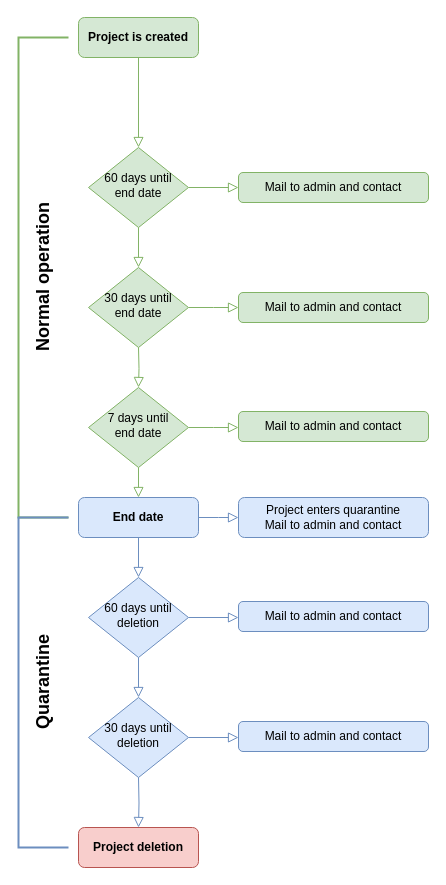
This is docs/images/project-lifecycle.drawio from norcams/docs-enduser, a draw.io file, before an edit. Source tidied: cells renumbered, new cells numbered last; positions are measured from the earlier drawing's top-left corner, leaving out a move shared by most shapes. Both pictures are drawn from the tidied source at 100%, with x=0, y=0 at pixel (18, 17).
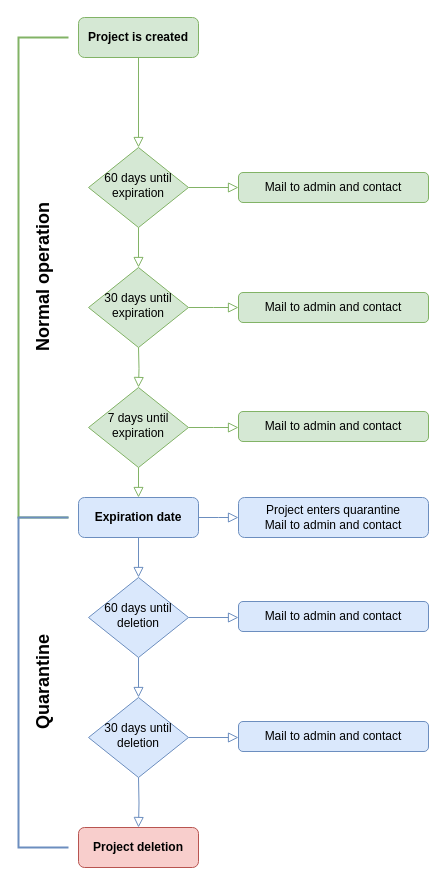
After the change.

Commit message (it also covers changes not shown here):
end date -> expiration date

Change to the diagram source:
```diff
@@
-    <mxCell id="4" value="60 days until end date" style="rhombus;whiteSpace=wrap;html=1;shadow=0;fontFamily=Helvetica;fontSize=12;align=center;strokeWidth=1;spacing=6;spacingTop=-4;fillColor=#d5e8d4;strokeColor=#82b366;" parent="1" vertex="1">
+    <mxCell id="4" value="60 days until expiration" style="rhombus;whiteSpace=wrap;html=1;shadow=0;fontFamily=Helvetica;fontSize=12;align=center;strokeWidth=1;spacing=6;spacingTop=-4;fillColor=#d5e8d4;strokeColor=#82b366;" parent="1" vertex="1">
       <mxGeometry x="70" y="130" width="100" height="80" as="geometry" />
     </mxCell>
@@
-    <mxCell id="6" value="30 days until end date" style="rhombus;whiteSpace=wrap;html=1;shadow=0;fontFamily=Helvetica;fontSize=12;align=center;strokeWidth=1;spacing=6;spacingTop=-4;fillColor=#d5e8d4;strokeColor=#82b366;" parent="1" vertex="1">
+    <mxCell id="6" value="30 days until expiration" style="rhombus;whiteSpace=wrap;html=1;shadow=0;fontFamily=Helvetica;fontSize=12;align=center;strokeWidth=1;spacing=6;spacingTop=-4;fillColor=#d5e8d4;strokeColor=#82b366;" parent="1" vertex="1">
       <mxGeometry x="70" y="250" width="100" height="80" as="geometry" />
     </mxCell>
@@
-    <mxCell id="9" value="7 days until&lt;br&gt;end date" style="rhombus;whiteSpace=wrap;html=1;shadow=0;fontFamily=Helvetica;fontSize=12;align=center;strokeWidth=1;spacing=6;spacingTop=-4;fillColor=#d5e8d4;strokeColor=#82b366;" parent="1" vertex="1">
+    <mxCell id="9" value="7 days until&lt;br&gt;expiration" style="rhombus;whiteSpace=wrap;html=1;shadow=0;fontFamily=Helvetica;fontSize=12;align=center;strokeWidth=1;spacing=6;spacingTop=-4;fillColor=#d5e8d4;strokeColor=#82b366;" parent="1" vertex="1">
       <mxGeometry x="70" y="370" width="100" height="80" as="geometry" />
     </mxCell>
@@
-    <mxCell id="16" value="End date" style="rounded=1;whiteSpace=wrap;html=1;fontSize=12;glass=0;strokeWidth=1;shadow=0;fillColor=#dae8fc;strokeColor=#6c8ebf;fontStyle=1;" parent="1" vertex="1">
+    <mxCell id="16" value="Expiration date" style="rounded=1;whiteSpace=wrap;html=1;fontSize=12;glass=0;strokeWidth=1;shadow=0;fillColor=#dae8fc;strokeColor=#6c8ebf;fontStyle=1;" parent="1" vertex="1">
       <mxGeometry x="60" y="480" width="120" height="40" as="geometry" />
     </mxCell>
```
